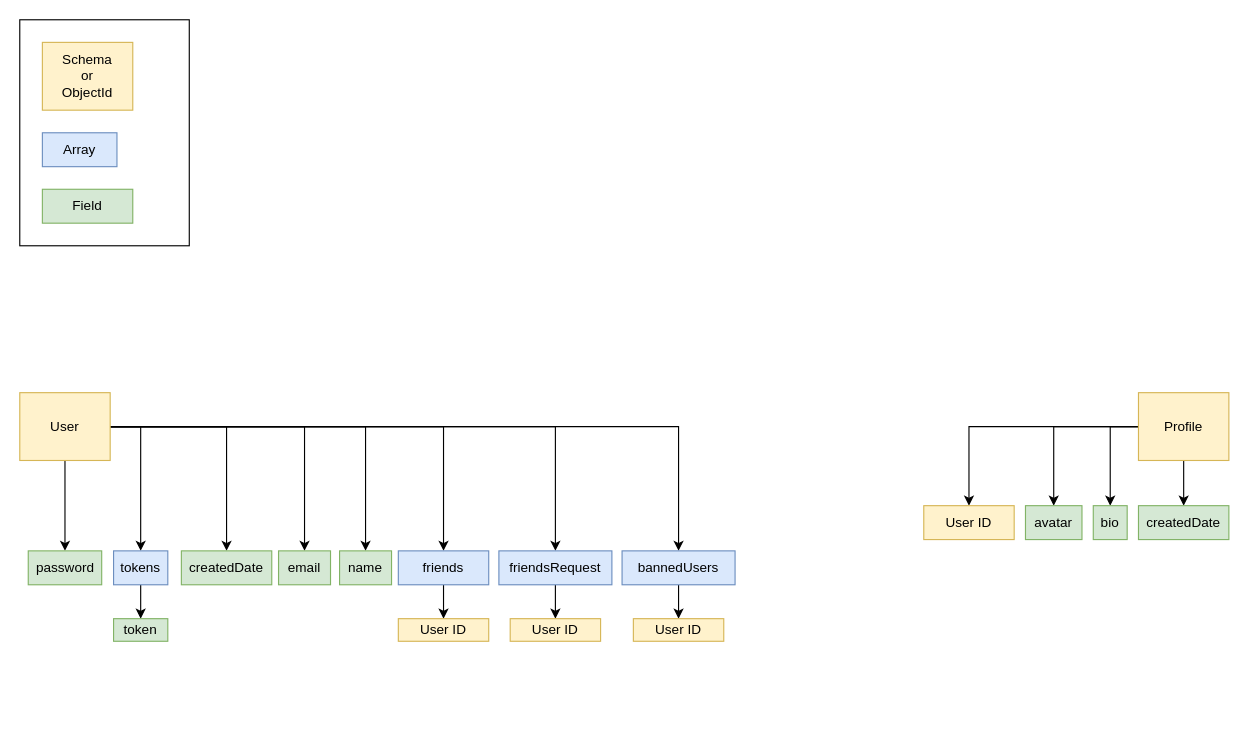
100pecheneK/MSocial keeps this draw.io diagram as README/Models.drawio. Above is the earlier version. Source tidied: cells renumbered, new cells numbered last; positions are measured from the earlier drawing's top-left corner, leaving out a move shared by most shapes. Both pictures are drawn from the tidied source at 113%, with x=0, y=0 at pixel (19, 19).
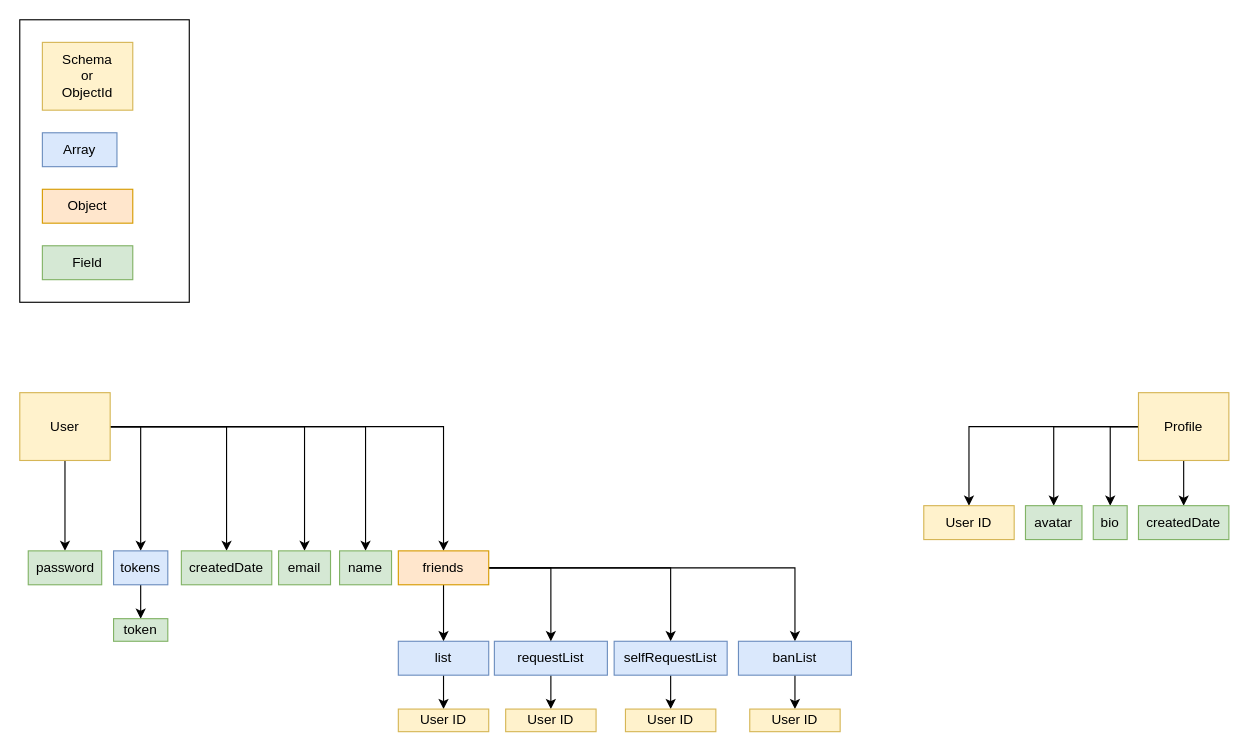
The same page after the edit.

The change refers to these unchanged cells:
```xml
<mxCell id="11" value="User" style="rounded=0;whiteSpace=wrap;html=1;fillColor=#fff2cc;strokeColor=#d6b656;" parent="1" vertex="1">
  <mxGeometry y="330" width="80" height="60" as="geometry" />
</mxCell>
```

What changed in the source:
```diff
@@
     <mxCell id="2" style="rounded=0;whiteSpace=wrap;html=1;align=center;" parent="1" vertex="1">
-      <mxGeometry width="150" height="200" as="geometry" />
+      <mxGeometry width="150" height="250" as="geometry" />
     </mxCell>
@@
-    <mxCell id="9" style="edgeStyle=orthogonalEdgeStyle;rounded=0;jettySize=auto;html=1;entryX=0.5;entryY=0;entryDx=0;entryDy=0;" parent="1" edge="1" source="11" target="13">
-      <mxGeometry relative="1" as="geometry" />
-    </mxCell>
-    <mxCell id="10" style="edgeStyle=orthogonalEdgeStyle;rounded=0;jettySize=auto;html=1;entryX=0.5;entryY=0;entryDx=0;entryDy=0;" parent="1" edge="1" source="11" target="35">
-      <mxGeometry relative="1" as="geometry" />
-    </mxCell>
@@
-    <mxCell id="13" value="friendsRequest" style="rounded=0;whiteSpace=wrap;html=1;fillColor=#dae8fc;strokeColor=#6c8ebf;" parent="1" vertex="1">
-      <mxGeometry x="424" y="470" width="100" height="30" as="geometry" />
+    <mxCell id="13" value="requestList" style="rounded=0;whiteSpace=wrap;html=1;fillColor=#dae8fc;strokeColor=#6c8ebf;" parent="1" vertex="1">
+      <mxGeometry x="420" y="550" width="100" height="30" as="geometry" />
     </mxCell>
-    <mxCell id="14" style="edgeStyle=orthogonalEdgeStyle;rounded=0;jettySize=auto;html=1;" parent="1" edge="1" source="15" target="16">
-      <mxGeometry relative="1" as="geometry" />
-    </mxCell>
+    <mxCell id="40" style="edgeStyle=orthogonalEdgeStyle;rounded=0;jettySize=auto;html=1;entryX=0.5;entryY=0;entryDx=0;entryDy=0;" parent="1" edge="1" source="15" target="48">
+      <mxGeometry relative="1" as="geometry" />
+    </mxCell>
+    <mxCell id="41" style="edgeStyle=orthogonalEdgeStyle;rounded=0;jettySize=auto;html=1;entryX=0.5;entryY=0;entryDx=0;entryDy=0;" parent="1" edge="1" source="15" target="13">
+      <mxGeometry relative="1" as="geometry" />
+    </mxCell>
+    <mxCell id="42" style="edgeStyle=orthogonalEdgeStyle;rounded=0;jettySize=auto;html=1;entryX=0.5;entryY=0;entryDx=0;entryDy=0;" parent="1" edge="1" source="15" target="45">
+      <mxGeometry relative="1" as="geometry" />
+    </mxCell>
+    <mxCell id="43" style="edgeStyle=orthogonalEdgeStyle;rounded=0;jettySize=auto;html=1;entryX=0.5;entryY=0;entryDx=0;entryDy=0;" parent="1" edge="1" source="15" target="35">
+      <mxGeometry relative="1" as="geometry" />
+    </mxCell>
-    <mxCell id="15" value="friends" style="rounded=0;whiteSpace=wrap;html=1;fillColor=#dae8fc;strokeColor=#6c8ebf;" parent="1" vertex="1">
+    <mxCell id="15" value="friends" style="rounded=0;whiteSpace=wrap;html=1;fillColor=#ffe6cc;strokeColor=#d79b00;" parent="1" vertex="1">
       <mxGeometry x="335" y="470" width="80" height="30" as="geometry" />
     </mxCell>
-    <mxCell id="16" value="User ID" style="rounded=0;whiteSpace=wrap;html=1;fillColor=#fff2cc;strokeColor=#d6b656;" parent="1" vertex="1">
-      <mxGeometry x="335" y="530" width="80" height="20" as="geometry" />
-    </mxCell>
@@
     <mxCell id="33" value="User ID" style="rounded=0;whiteSpace=wrap;html=1;fillColor=#fff2cc;strokeColor=#d6b656;" parent="1" vertex="1">
-      <mxGeometry x="434" y="530" width="80" height="20" as="geometry" />
+      <mxGeometry x="430" y="610" width="80" height="20" as="geometry" />
     </mxCell>
@@
-    <mxCell id="35" value="bannedUsers" style="rounded=0;whiteSpace=wrap;html=1;fillColor=#dae8fc;strokeColor=#6c8ebf;" parent="1" vertex="1">
-      <mxGeometry x="533" y="470" width="100" height="30" as="geometry" />
+    <mxCell id="35" value="banList" style="rounded=0;whiteSpace=wrap;html=1;fillColor=#dae8fc;strokeColor=#6c8ebf;" parent="1" vertex="1">
+      <mxGeometry x="636" y="550" width="100" height="30" as="geometry" />
     </mxCell>
     <mxCell id="36" value="User ID" style="rounded=0;whiteSpace=wrap;html=1;fillColor=#fff2cc;strokeColor=#d6b656;" parent="1" vertex="1">
-      <mxGeometry x="543" y="530" width="80" height="20" as="geometry" />
+      <mxGeometry x="646" y="610" width="80" height="20" as="geometry" />
     </mxCell>
@@
     <mxCell id="39" value="Field" style="rounded=0;whiteSpace=wrap;html=1;fillColor=#d5e8d4;strokeColor=#82b366;" parent="1" vertex="1">
-      <mxGeometry x="20" y="150" width="80" height="30" as="geometry" />
+      <mxGeometry x="20" y="200" width="80" height="30" as="geometry" />
     </mxCell>
+    <mxCell id="44" style="edgeStyle=orthogonalEdgeStyle;rounded=0;jettySize=auto;html=1;entryX=0.5;entryY=0;entryDx=0;entryDy=0;" parent="1" edge="1" source="45" target="46">
+      <mxGeometry relative="1" as="geometry" />
+    </mxCell>
+    <mxCell id="45" value="selfRequestList" style="rounded=0;whiteSpace=wrap;html=1;fillColor=#dae8fc;strokeColor=#6c8ebf;" parent="1" vertex="1">
+      <mxGeometry x="526" y="550" width="100" height="30" as="geometry" />
+    </mxCell>
+    <mxCell id="46" value="User ID" style="rounded=0;whiteSpace=wrap;html=1;fillColor=#fff2cc;strokeColor=#d6b656;" parent="1" vertex="1">
+      <mxGeometry x="536" y="610" width="80" height="20" as="geometry" />
+    </mxCell>
+    <mxCell id="47" style="edgeStyle=orthogonalEdgeStyle;rounded=0;jettySize=auto;html=1;entryX=0.5;entryY=0;entryDx=0;entryDy=0;" parent="1" edge="1" source="48" target="49">
+      <mxGeometry relative="1" as="geometry" />
+    </mxCell>
+    <mxCell id="48" value="list" style="rounded=0;whiteSpace=wrap;html=1;fillColor=#dae8fc;strokeColor=#6c8ebf;" parent="1" vertex="1">
+      <mxGeometry x="335" y="550" width="80" height="30" as="geometry" />
+    </mxCell>
+    <mxCell id="49" value="User ID" style="rounded=0;whiteSpace=wrap;html=1;fillColor=#fff2cc;strokeColor=#d6b656;" parent="1" vertex="1">
+      <mxGeometry x="335" y="610" width="80" height="20" as="geometry" />
+    </mxCell>
+    <mxCell id="50" value="Object" style="rounded=0;whiteSpace=wrap;html=1;fillColor=#ffe6cc;strokeColor=#d79b00;" parent="1" vertex="1">
+      <mxGeometry x="20" y="150" width="80" height="30" as="geometry" />
+    </mxCell>
```
